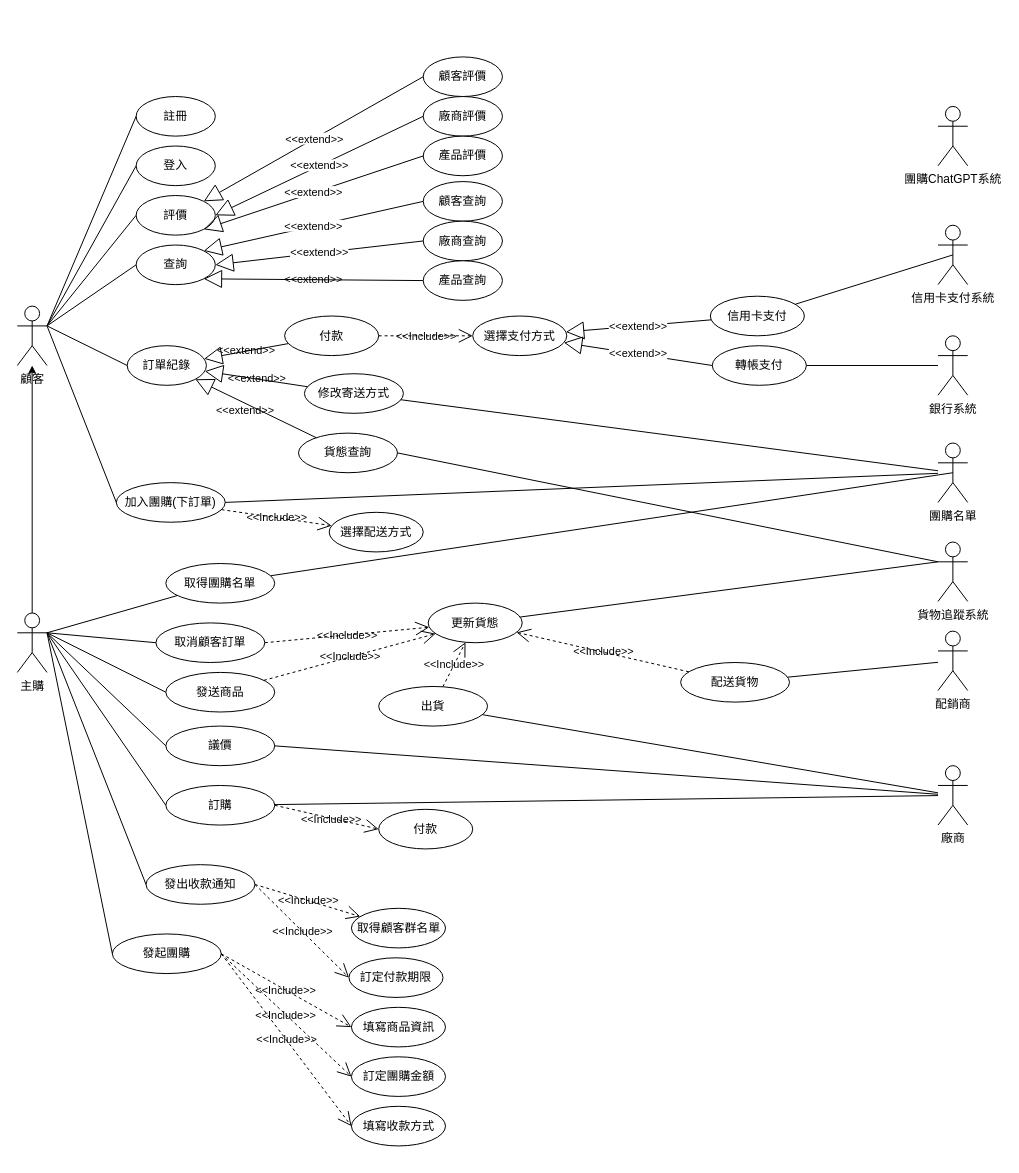
Earlier version of the draw.io diagram 未命名绘图.drawio (Miinteaa/Miinteaa). Source tidied: cells renumbered, new cells numbered last; positions are measured from the earlier drawing's top-left corner, leaving out a move shared by most shapes. Both pictures are drawn from the tidied source at 99%, with x=0, y=0 at pixel (17, 56).
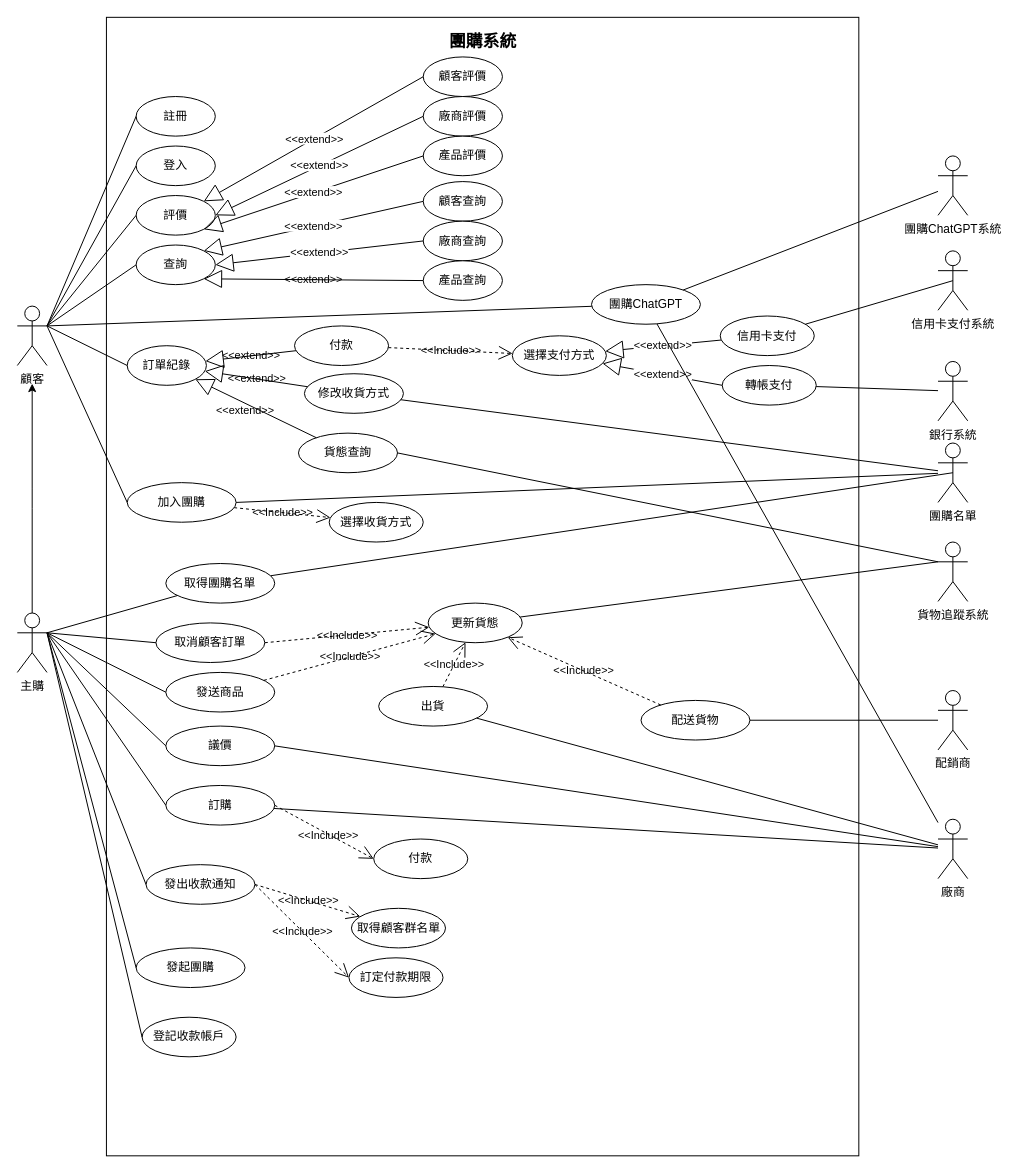
Above is the later version.

Commit message:
更新未命名绘图.drawio

Unchanged cells that the change refers to:
```xml
<mxCell id="2" value="顧客" style="shape=umlActor;verticalLabelPosition=bottom;verticalAlign=top;html=1;outlineConnect=0;labelBackgroundColor=none;rounded=1;" parent="1" vertex="1">
  <mxGeometry y="251.7" width="30" height="60" as="geometry" />
</mxCell>
<mxCell id="4" value="主購" style="shape=umlActor;verticalLabelPosition=bottom;verticalAlign=top;html=1;outlineConnect=0;labelBackgroundColor=none;rounded=1;" parent="1" vertex="1">
  <mxGeometry y="561.7" width="30" height="60" as="geometry" />
</mxCell>
```

What changed in the source:
```diff
@@
-<mxGraphModel>
+<mxGraphModel background="#FFFFFF">
@@
+    <mxCell id="94" style="rounded=0;whiteSpace=wrap;html=1;fillColor=none;" parent="1" vertex="1">
+      <mxGeometry x="90" y="-40" width="760" height="1150" as="geometry" />
+    </mxCell>
@@
-    <mxCell id="3" style="edgeStyle=orthogonalEdgeStyle;rounded=1;jettySize=auto;html=1;labelBackgroundColor=none;fontColor=default;" parent="1" edge="1" source="4" target="2">
-      <mxGeometry relative="1" as="geometry" />
+    <mxCell id="3" style="edgeStyle=orthogonalEdgeStyle;rounded=1;jettySize=auto;html=1;labelBackgroundColor=none;fontColor=default;" parent="1" edge="1" source="4">
+      <mxGeometry relative="1" as="geometry">
+        <mxPoint x="15" y="330" as="targetPoint" />
+      </mxGeometry>
     </mxCell>
@@
     <mxCell id="5" value="廠商" style="shape=umlActor;verticalLabelPosition=bottom;verticalAlign=top;html=1;outlineConnect=0;labelBackgroundColor=none;rounded=1;" parent="1" vertex="1">
-      <mxGeometry x="930" y="715.9" width="30" height="60" as="geometry" />
+      <mxGeometry x="930" y="770" width="30" height="60" as="geometry" />
     </mxCell>
     <mxCell id="6" value="配銷商" style="shape=umlActor;verticalLabelPosition=bottom;verticalAlign=top;html=1;outlineConnect=0;labelBackgroundColor=none;rounded=1;" parent="1" vertex="1">
-      <mxGeometry x="930" y="580" width="30" height="60" as="geometry" />
+      <mxGeometry x="930" y="640" width="30" height="60" as="geometry" />
     </mxCell>
     <mxCell id="7" value="團購ChatGPT系統" style="shape=umlActor;verticalLabelPosition=bottom;verticalAlign=top;html=1;outlineConnect=0;labelBackgroundColor=none;rounded=1;" parent="1" vertex="1">
-      <mxGeometry x="930" y="50" width="30" height="60" as="geometry" />
+      <mxGeometry x="930" y="100" width="30" height="60" as="geometry" />
     </mxCell>
@@
-    <mxCell id="28" value="加入團購(下訂單)" style="ellipse;whiteSpace=wrap;html=1;labelBackgroundColor=none;rounded=1;" parent="1" vertex="1">
-      <mxGeometry x="100" y="430" width="110" height="40" as="geometry" />
+    <mxCell id="28" value="加入團購" style="ellipse;whiteSpace=wrap;html=1;labelBackgroundColor=none;rounded=1;" parent="1" vertex="1">
+      <mxGeometry x="111" y="430" width="110" height="40" as="geometry" />
     </mxCell>
@@
     <mxCell id="34" value="發起團購" style="ellipse;whiteSpace=wrap;html=1;labelBackgroundColor=none;rounded=1;" parent="1" vertex="1">
-      <mxGeometry x="96" y="885.9" width="110" height="40" as="geometry" />
+      <mxGeometry x="120" y="900" width="110" height="40" as="geometry" />
     </mxCell>
@@
     <mxCell id="40" value="付款" style="ellipse;whiteSpace=wrap;html=1;labelBackgroundColor=none;rounded=1;" parent="1" vertex="1">
-      <mxGeometry x="365" y="760" width="95" height="40" as="geometry" />
+      <mxGeometry x="360" y="790" width="95" height="40" as="geometry" />
     </mxCell>
@@
-    <mxCell id="42" value="填寫商品資訊" style="ellipse;whiteSpace=wrap;html=1;labelBackgroundColor=none;rounded=1;" parent="1" vertex="1">
-      <mxGeometry x="337.5" y="960" width="95" height="40" as="geometry" />
-    </mxCell>
-    <mxCell id="43" value="&amp;lt;&amp;lt;Include&amp;gt;&amp;gt;" style="endArrow=open;endSize=12;dashed=1;html=1;rounded=1;exitX=1;exitY=0.5;exitDx=0;exitDy=0;entryX=0;entryY=0.5;entryDx=0;entryDy=0;labelBackgroundColor=none;fontColor=default;" parent="1" edge="1" source="34" target="42">
-      <mxGeometry relative="1" as="geometry" />
-    </mxCell>
-    <mxCell id="44" value="訂定團購金額" style="ellipse;whiteSpace=wrap;html=1;labelBackgroundColor=none;rounded=1;" parent="1" vertex="1">
-      <mxGeometry x="337.5" y="1010" width="95" height="40" as="geometry" />
-    </mxCell>
-    <mxCell id="45" value="&amp;lt;&amp;lt;Include&amp;gt;&amp;gt;" style="endArrow=open;endSize=12;dashed=1;html=1;rounded=1;exitX=1;exitY=0.5;exitDx=0;exitDy=0;entryX=0;entryY=0.5;entryDx=0;entryDy=0;labelBackgroundColor=none;fontColor=default;" parent="1" edge="1" source="34" target="44">
-      <mxGeometry relative="1" as="geometry" />
-    </mxCell>
-    <mxCell id="46" value="填寫收款方式" style="ellipse;whiteSpace=wrap;html=1;labelBackgroundColor=none;rounded=1;" parent="1" vertex="1">
-      <mxGeometry x="337.5" y="1060" width="95" height="40" as="geometry" />
+    <mxCell id="46" value="登記收款帳戶" style="ellipse;whiteSpace=wrap;html=1;labelBackgroundColor=none;rounded=1;" parent="1" vertex="1">
+      <mxGeometry x="126" y="970" width="95" height="40" as="geometry" />
     </mxCell>
-    <mxCell id="47" value="&amp;lt;&amp;lt;Include&amp;gt;&amp;gt;" style="endArrow=open;endSize=12;dashed=1;html=1;rounded=1;exitX=1;exitY=0.5;exitDx=0;exitDy=0;entryX=0;entryY=0.5;entryDx=0;entryDy=0;labelBackgroundColor=none;fontColor=default;" parent="1" edge="1" source="34" target="46">
-      <mxGeometry relative="1" as="geometry" />
-    </mxCell>
     <mxCell id="48" value="選擇支付方式" style="ellipse;whiteSpace=wrap;html=1;labelBackgroundColor=none;rounded=1;" parent="1" vertex="1">
-      <mxGeometry x="460" y="261.7" width="95" height="40" as="geometry" />
+      <mxGeometry x="500" y="281.7" width="95" height="40" as="geometry" />
     </mxCell>
@@
     <mxCell id="50" value="信用卡支付" style="ellipse;whiteSpace=wrap;html=1;labelBackgroundColor=none;rounded=1;" parent="1" vertex="1">
-      <mxGeometry x="700" y="241.7" width="95" height="40" as="geometry" />
+      <mxGeometry x="710" y="261.7" width="95" height="40" as="geometry" />
     </mxCell>
@@
     <mxCell id="52" value="轉帳支付" style="ellipse;whiteSpace=wrap;html=1;labelBackgroundColor=none;rounded=1;" parent="1" vertex="1">
-      <mxGeometry x="702" y="291.7" width="95" height="40" as="geometry" />
+      <mxGeometry x="712" y="311.7" width="95" height="40" as="geometry" />
     </mxCell>
@@
     <mxCell id="56" value="付款" style="ellipse;whiteSpace=wrap;html=1;labelBackgroundColor=none;rounded=1;" parent="1" vertex="1">
-      <mxGeometry x="270" y="261.7" width="95" height="40" as="geometry" />
+      <mxGeometry x="280" y="271.7" width="95" height="40" as="geometry" />
     </mxCell>
@@
     <mxCell id="61" value="配送貨物" style="ellipse;whiteSpace=wrap;html=1;labelBackgroundColor=none;rounded=1;" parent="1" vertex="1">
-      <mxGeometry x="670" y="611.7" width="110" height="40" as="geometry" />
+      <mxGeometry x="630" y="650" width="110" height="40" as="geometry" />
     </mxCell>
@@
-    <mxCell id="65" value="選擇配送方式" style="ellipse;whiteSpace=wrap;html=1;labelBackgroundColor=none;rounded=1;" parent="1" vertex="1">
-      <mxGeometry x="315" y="460" width="95" height="40" as="geometry" />
+    <mxCell id="65" value="選擇收貨方式" style="ellipse;whiteSpace=wrap;html=1;labelBackgroundColor=none;rounded=1;" parent="1" vertex="1">
+      <mxGeometry x="315" y="450" width="95" height="40" as="geometry" />
     </mxCell>
@@
-    <mxCell id="80" value="修改寄送方式" style="ellipse;whiteSpace=wrap;html=1;labelBackgroundColor=none;rounded=1;" parent="1" vertex="1">
+    <mxCell id="80" value="修改收貨方式" style="ellipse;whiteSpace=wrap;html=1;labelBackgroundColor=none;rounded=1;" parent="1" vertex="1">
       <mxGeometry x="290" y="320" width="100" height="40" as="geometry" />
     </mxCell>
@@
     <mxCell id="84" value="信用卡支付系統" style="shape=umlActor;verticalLabelPosition=bottom;verticalAlign=top;html=1;outlineConnect=0;labelBackgroundColor=none;rounded=1;" parent="1" vertex="1">
-      <mxGeometry x="930" y="170" width="30" height="60" as="geometry" />
+      <mxGeometry x="930" y="195.9" width="30" height="60" as="geometry" />
     </mxCell>
     <mxCell id="85" value="銀行系統" style="shape=umlActor;verticalLabelPosition=bottom;verticalAlign=top;html=1;outlineConnect=0;labelBackgroundColor=none;rounded=1;" parent="1" vertex="1">
-      <mxGeometry x="930" y="281.7" width="30" height="60" as="geometry" />
+      <mxGeometry x="930" y="307.6" width="30" height="60" as="geometry" />
     </mxCell>
@@
-    <mxCell id="87" style="endArrow=none;html=1;rounded=1;exitX=0.5;exitY=0.5;exitDx=0;exitDy=0;exitPerimeter=0;labelBackgroundColor=none;fontColor=default;" parent="1" edge="1" source="84" target="50">
-      <mxGeometry relative="1" as="geometry" />
-    </mxCell>
@@
+    <mxCell id="95" value="團購ChatGPT" style="ellipse;whiteSpace=wrap;html=1;labelBackgroundColor=none;rounded=1;" parent="1" vertex="1">
+      <mxGeometry x="580" y="230" width="110" height="40" as="geometry" />
+    </mxCell>
+    <mxCell id="96" style="endArrow=none;html=1;rounded=1;labelBackgroundColor=none;fontColor=default;entryX=1;entryY=0.3333333333333333;entryDx=0;entryDy=0;entryPerimeter=0;" parent="1" edge="1" source="95" target="2">
+      <mxGeometry relative="1" as="geometry" />
+    </mxCell>
+    <mxCell id="97" style="endArrow=none;html=1;rounded=1;exitX=0.5;exitY=0.5;exitDx=0;exitDy=0;exitPerimeter=0;labelBackgroundColor=none;fontColor=default;" parent="1" edge="1">
+      <mxGeometry relative="1" as="geometry">
+        <mxPoint x="945" y="226" as="sourcePoint" />
+        <mxPoint x="796" y="270" as="targetPoint" />
+      </mxGeometry>
+    </mxCell>
+    <mxCell id="98" style="endArrow=none;html=1;rounded=1;labelBackgroundColor=none;fontColor=default;" parent="1" edge="1" source="7" target="95">
+      <mxGeometry relative="1" as="geometry" />
+    </mxCell>
+    <mxCell id="99" style="endArrow=none;html=1;rounded=1;labelBackgroundColor=none;fontColor=default;" parent="1" edge="1" source="95" target="5">
+      <mxGeometry relative="1" as="geometry" />
+    </mxCell>
+    <mxCell id="100" value="&lt;font style=&quot;font-size: 17px;&quot;&gt;&lt;b&gt;團購系統&lt;/b&gt;&lt;/font&gt;" style="text;html=1;align=center;verticalAlign=middle;strokeColor=none;fillColor=none;" parent="1" vertex="1">
+      <mxGeometry x="425" y="-30" width="90" height="30" as="geometry" />
+    </mxCell>
+    <mxCell id="101" style="endArrow=none;html=1;rounded=1;exitX=1;exitY=0.3333333333333333;exitDx=0;exitDy=0;exitPerimeter=0;labelBackgroundColor=none;fontColor=default;entryX=0;entryY=0.5;entryDx=0;entryDy=0;" parent="1" edge="1" source="4" target="46">
+      <mxGeometry relative="1" as="geometry" />
+    </mxCell>
```
